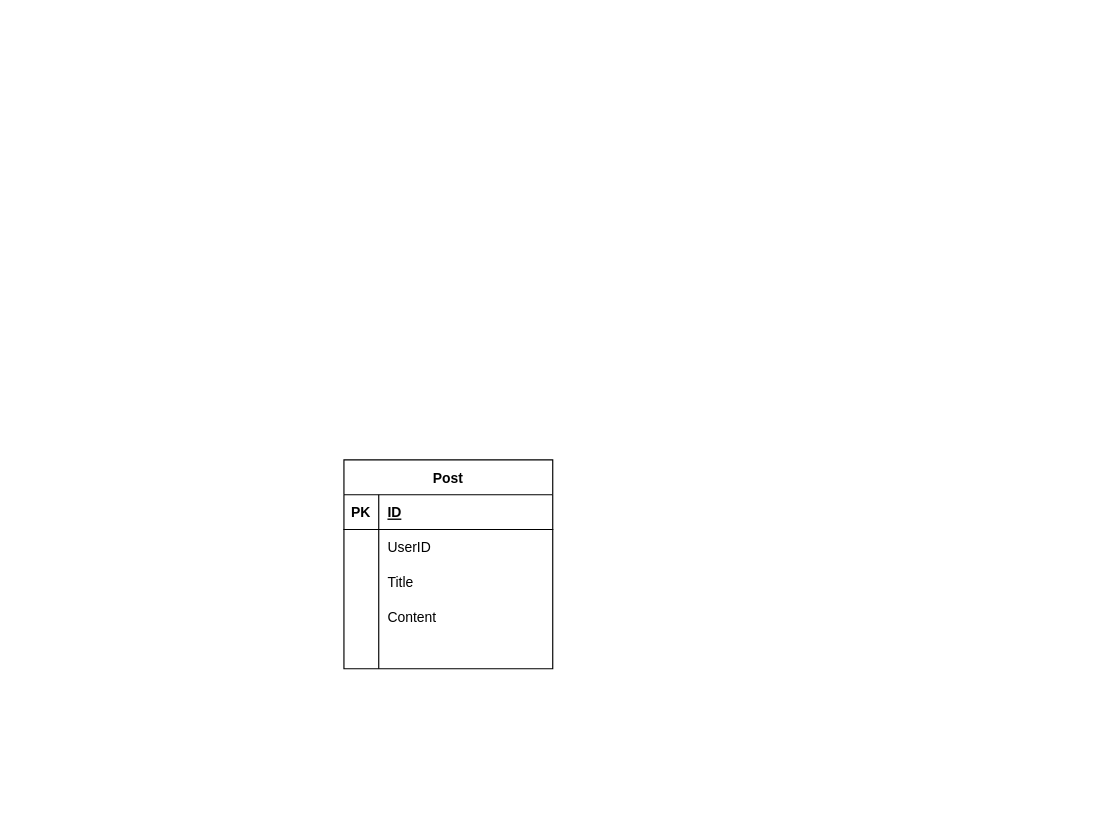
Before: Диаграмма без названия.drawio in Dulatbay/exNasaApp, a draw.io diagram. Source tidied: cells renumbered, new cells numbered last; positions are measured from the earlier drawing's top-left corner, leaving out a move shared by most shapes. Both pictures are drawn from the tidied source at 116%, with x=0, y=0 at pixel (343, 459).
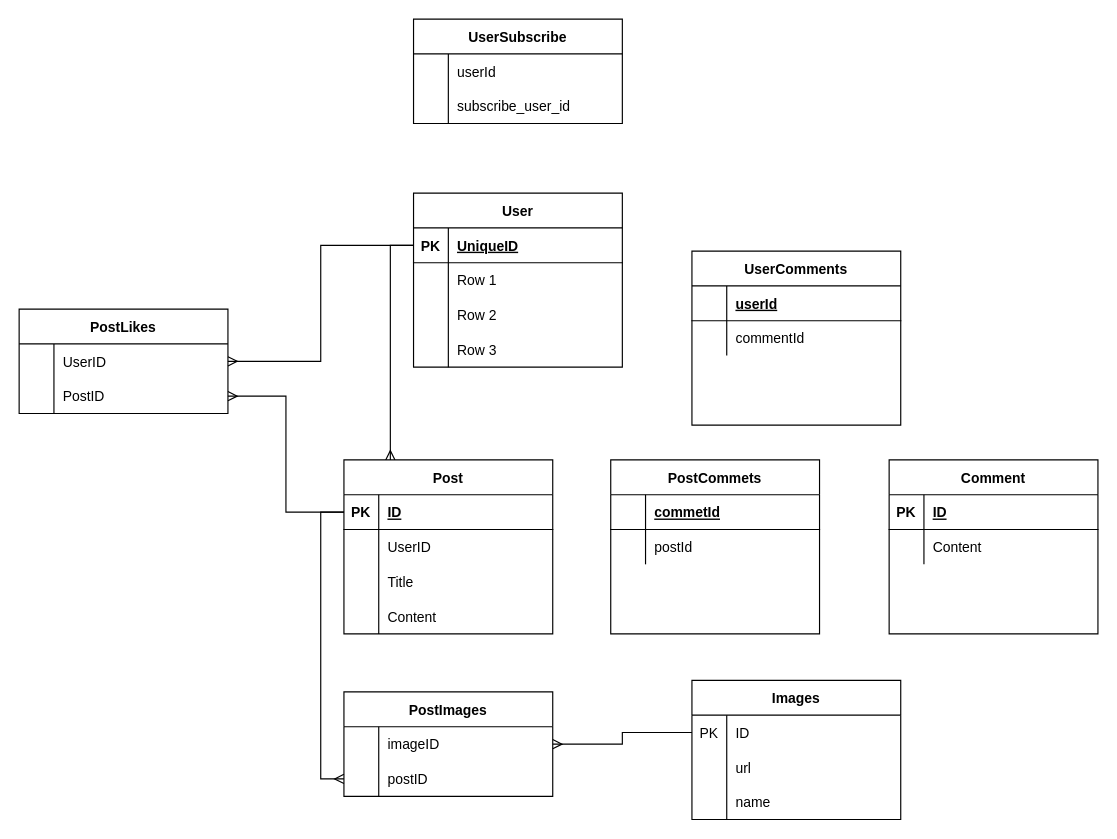
The same page after the edit.

The change refers to these unchanged cells:
```xml
<mxCell id="3" style="shape=tableRow;horizontal=0;startSize=0;swimlaneHead=0;swimlaneBody=0;fillColor=none;points=[[0,0.5],[1,0.5]];portConstraint=eastwest;top=0;left=0;right=0;bottom=1;" parent="2" vertex="1">
  <mxGeometry y="30" width="180" height="30" as="geometry" />
</mxCell>
```

Change to the diagram source:
```diff
@@
+    <mxCell id="18" style="edgeStyle=orthogonalEdgeStyle;rounded=0;jettySize=auto;html=1;entryX=0;entryY=0.5;entryDx=0;entryDy=0;startArrow=ERmany;startFill=0;endArrow=none;endFill=0;" parent="1" edge="1" source="2" target="61">
+      <mxGeometry relative="1" as="geometry">
+        <Array as="points">
+          <mxPoint x="40" y="-185" />
+        </Array>
+      </mxGeometry>
+    </mxCell>
     <mxCell id="2" value="Post" style="shape=table;startSize=30;childLayout=tableLayout;rowLines=0;fontStyle=1;align=center;" parent="1" vertex="1">
-      <mxGeometry width="180" height="180" as="geometry" />
+      <mxGeometry width="180" height="150" as="geometry" />
     </mxCell>
@@
-    <mxCell id="15" style="shape=tableRow;horizontal=0;startSize=0;swimlaneHead=0;swimlaneBody=0;fillColor=none;top=0;left=0;right=0;bottom=0;" parent="2" vertex="1">
-      <mxGeometry y="150" width="180" height="30" as="geometry" />
-    </mxCell>
-    <mxCell id="16" style="shape=partialRectangle;fillColor=none;top=0;left=0;bottom=0;right=0;overflow=hidden;" parent="15" vertex="1">
-      <mxGeometry width="30" height="30" as="geometry" />
-    </mxCell>
-    <mxCell id="17" style="shape=partialRectangle;fillColor=none;top=0;left=0;bottom=0;right=0;align=left;spacingLeft=6;overflow=hidden;" parent="15" vertex="1">
-      <mxGeometry x="30" width="150" height="30" as="geometry" />
-    </mxCell>
+    <mxCell id="19" value="Comment" style="shape=table;startSize=30;childLayout=tableLayout;rowLines=0;fontStyle=1;align=center;" parent="1" vertex="1">
+      <mxGeometry x="470" width="180" height="150" as="geometry" />
+    </mxCell>
+    <mxCell id="20" style="shape=tableRow;horizontal=0;startSize=0;swimlaneHead=0;swimlaneBody=0;fillColor=none;top=0;left=0;right=0;bottom=1;" parent="19" vertex="1">
+      <mxGeometry y="30" width="180" height="30" as="geometry" />
+    </mxCell>
+    <mxCell id="21" value="PK" style="shape=partialRectangle;fillColor=none;top=0;left=0;bottom=0;right=0;fontStyle=1;overflow=hidden;" parent="20" vertex="1">
+      <mxGeometry width="30" height="30" as="geometry" />
+    </mxCell>
+    <mxCell id="22" value="ID" style="shape=partialRectangle;fillColor=none;top=0;left=0;bottom=0;right=0;align=left;spacingLeft=6;fontStyle=5;overflow=hidden;" parent="20" vertex="1">
+      <mxGeometry x="30" width="150" height="30" as="geometry" />
+    </mxCell>
+    <mxCell id="23" style="shape=tableRow;horizontal=0;startSize=0;swimlaneHead=0;swimlaneBody=0;fillColor=none;top=0;left=0;right=0;bottom=0;" parent="19" vertex="1">
+      <mxGeometry y="60" width="180" height="30" as="geometry" />
+    </mxCell>
+    <mxCell id="24" style="shape=partialRectangle;fillColor=none;top=0;left=0;bottom=0;right=0;overflow=hidden;" parent="23" vertex="1">
+      <mxGeometry width="30" height="30" as="geometry" />
+    </mxCell>
+    <mxCell id="25" value="Content" style="shape=partialRectangle;fillColor=none;top=0;left=0;bottom=0;right=0;align=left;spacingLeft=6;overflow=hidden;" parent="23" vertex="1">
+      <mxGeometry x="30" width="150" height="30" as="geometry" />
+    </mxCell>
+    <mxCell id="26" style="edgeStyle=orthogonalEdgeStyle;rounded=0;jettySize=auto;html=1;startArrow=ERmany;startFill=0;endArrow=none;endFill=0;" parent="1" edge="1" source="27" target="49">
+      <mxGeometry relative="1" as="geometry" />
+    </mxCell>
+    <mxCell id="27" value="PostImages" style="shape=table;startSize=30;childLayout=tableLayout;rowLines=0;fontStyle=1;align=center;" parent="1" vertex="1">
+      <mxGeometry y="200" width="180" height="90" as="geometry" />
+    </mxCell>
+    <mxCell id="28" style="shape=tableRow;horizontal=0;startSize=0;swimlaneHead=0;swimlaneBody=0;fillColor=none;top=0;left=0;right=0;bottom=0;" parent="27" vertex="1">
+      <mxGeometry y="30" width="180" height="30" as="geometry" />
+    </mxCell>
+    <mxCell id="29" style="shape=partialRectangle;fillColor=none;top=0;left=0;bottom=0;right=0;overflow=hidden;" parent="28" vertex="1">
+      <mxGeometry width="30" height="30" as="geometry" />
+    </mxCell>
+    <mxCell id="30" value="imageID" style="shape=partialRectangle;fillColor=none;top=0;left=0;bottom=0;right=0;align=left;spacingLeft=6;overflow=hidden;" parent="28" vertex="1">
+      <mxGeometry x="30" width="150" height="30" as="geometry" />
+    </mxCell>
+    <mxCell id="31" style="shape=tableRow;horizontal=0;startSize=0;swimlaneHead=0;swimlaneBody=0;fillColor=none;points=[[0,0.5],[1,0.5]];portConstraint=eastwest;top=0;left=0;right=0;bottom=0;" parent="27" vertex="1">
+      <mxGeometry y="60" width="180" height="30" as="geometry" />
+    </mxCell>
+    <mxCell id="32" style="shape=partialRectangle;fillColor=none;top=0;left=0;bottom=0;right=0;overflow=hidden;" parent="31" vertex="1">
+      <mxGeometry width="30" height="30" as="geometry" />
+    </mxCell>
+    <mxCell id="33" value="postID" style="shape=partialRectangle;fillColor=none;top=0;left=0;bottom=0;right=0;align=left;spacingLeft=6;overflow=hidden;" parent="31" vertex="1">
+      <mxGeometry x="30" width="150" height="30" as="geometry" />
+    </mxCell>
+    <mxCell id="34" value="PostLikes" style="shape=table;startSize=30;childLayout=tableLayout;rowLines=0;fontStyle=1;align=center;" parent="1" vertex="1">
+      <mxGeometry x="-280" y="-130" width="180" height="90" as="geometry" />
+    </mxCell>
+    <mxCell id="35" style="shape=tableRow;horizontal=0;startSize=0;swimlaneHead=0;swimlaneBody=0;fillColor=none;points=[[0,0.5],[1,0.5]];portConstraint=eastwest;top=0;left=0;right=0;bottom=0;" parent="34" vertex="1">
+      <mxGeometry y="30" width="180" height="30" as="geometry" />
+    </mxCell>
+    <mxCell id="36" style="shape=partialRectangle;fillColor=none;top=0;left=0;bottom=0;right=0;overflow=hidden;" parent="35" vertex="1">
+      <mxGeometry width="30" height="30" as="geometry" />
+    </mxCell>
+    <mxCell id="37" value="UserID" style="shape=partialRectangle;fillColor=none;top=0;left=0;bottom=0;right=0;align=left;spacingLeft=6;overflow=hidden;" parent="35" vertex="1">
+      <mxGeometry x="30" width="150" height="30" as="geometry" />
+    </mxCell>
+    <mxCell id="38" style="shape=tableRow;horizontal=0;startSize=0;swimlaneHead=0;swimlaneBody=0;fillColor=none;points=[[0,0.5],[1,0.5]];portConstraint=eastwest;top=0;left=0;right=0;bottom=0;" parent="34" vertex="1">
+      <mxGeometry y="60" width="180" height="30" as="geometry" />
+    </mxCell>
+    <mxCell id="39" style="shape=partialRectangle;fillColor=none;top=0;left=0;bottom=0;right=0;overflow=hidden;" parent="38" vertex="1">
+      <mxGeometry width="30" height="30" as="geometry" />
+    </mxCell>
+    <mxCell id="40" value="PostID" style="shape=partialRectangle;fillColor=none;top=0;left=0;bottom=0;right=0;align=left;spacingLeft=6;overflow=hidden;" parent="38" vertex="1">
+      <mxGeometry x="30" width="150" height="30" as="geometry" />
+    </mxCell>
+    <mxCell id="41" value="UserSubscribe" style="shape=table;startSize=30;childLayout=tableLayout;rowLines=0;fontStyle=1;align=center;" parent="1" vertex="1">
+      <mxGeometry x="60" y="-380" width="180" height="90" as="geometry" />
+    </mxCell>
+    <mxCell id="42" style="shape=tableRow;horizontal=0;startSize=0;swimlaneHead=0;swimlaneBody=0;fillColor=none;top=0;left=0;right=0;bottom=0;" parent="41" vertex="1">
+      <mxGeometry y="30" width="180" height="30" as="geometry" />
+    </mxCell>
+    <mxCell id="43" style="shape=partialRectangle;fillColor=none;top=0;left=0;bottom=0;right=0;overflow=hidden;" parent="42" vertex="1">
+      <mxGeometry width="30" height="30" as="geometry" />
+    </mxCell>
+    <mxCell id="44" value="userId" style="shape=partialRectangle;fillColor=none;top=0;left=0;bottom=0;right=0;align=left;spacingLeft=6;overflow=hidden;" parent="42" vertex="1">
+      <mxGeometry x="30" width="150" height="30" as="geometry" />
+    </mxCell>
+    <mxCell id="45" style="shape=tableRow;horizontal=0;startSize=0;swimlaneHead=0;swimlaneBody=0;fillColor=none;top=0;left=0;right=0;bottom=0;" parent="41" vertex="1">
+      <mxGeometry y="60" width="180" height="30" as="geometry" />
+    </mxCell>
+    <mxCell id="46" style="shape=partialRectangle;fillColor=none;top=0;left=0;bottom=0;right=0;overflow=hidden;" parent="45" vertex="1">
+      <mxGeometry width="30" height="30" as="geometry" />
+    </mxCell>
+    <mxCell id="47" value="subscribe_user_id" style="shape=partialRectangle;fillColor=none;top=0;left=0;bottom=0;right=0;align=left;spacingLeft=6;overflow=hidden;" parent="45" vertex="1">
+      <mxGeometry x="30" width="150" height="30" as="geometry" />
+    </mxCell>
+    <mxCell id="48" value="Images" style="shape=table;startSize=30;childLayout=tableLayout;rowLines=0;fontStyle=1;align=center;" parent="1" vertex="1">
+      <mxGeometry x="300" y="190" width="180" height="120" as="geometry" />
+    </mxCell>
+    <mxCell id="49" style="shape=tableRow;horizontal=0;startSize=0;swimlaneHead=0;swimlaneBody=0;fillColor=none;points=[[0,0.5],[1,0.5]];portConstraint=eastwest;top=0;left=0;right=0;bottom=0;" parent="48" vertex="1">
+      <mxGeometry y="30" width="180" height="30" as="geometry" />
+    </mxCell>
+    <mxCell id="50" value="PK" style="shape=partialRectangle;fillColor=none;top=0;left=0;bottom=0;right=0;overflow=hidden;" parent="49" vertex="1">
+      <mxGeometry width="30" height="30" as="geometry" />
+    </mxCell>
+    <mxCell id="51" value="ID" style="shape=partialRectangle;fillColor=none;top=0;left=0;bottom=0;right=0;align=left;spacingLeft=6;overflow=hidden;" parent="49" vertex="1">
+      <mxGeometry x="30" width="150" height="30" as="geometry" />
+    </mxCell>
+    <mxCell id="52" style="shape=tableRow;horizontal=0;startSize=0;swimlaneHead=0;swimlaneBody=0;fillColor=none;top=0;left=0;right=0;bottom=0;" parent="48" vertex="1">
+      <mxGeometry y="60" width="180" height="30" as="geometry" />
+    </mxCell>
+    <mxCell id="53" style="shape=partialRectangle;fillColor=none;top=0;left=0;bottom=0;right=0;overflow=hidden;" parent="52" vertex="1">
+      <mxGeometry width="30" height="30" as="geometry" />
+    </mxCell>
+    <mxCell id="54" value="url" style="shape=partialRectangle;fillColor=none;top=0;left=0;bottom=0;right=0;align=left;spacingLeft=6;overflow=hidden;" parent="52" vertex="1">
+      <mxGeometry x="30" width="150" height="30" as="geometry" />
+    </mxCell>
+    <mxCell id="55" style="shape=tableRow;horizontal=0;startSize=0;swimlaneHead=0;swimlaneBody=0;fillColor=none;top=0;left=0;right=0;bottom=0;" parent="48" vertex="1">
+      <mxGeometry y="90" width="180" height="30" as="geometry" />
+    </mxCell>
+    <mxCell id="56" style="shape=partialRectangle;fillColor=none;top=0;left=0;bottom=0;right=0;overflow=hidden;" parent="55" vertex="1">
+      <mxGeometry width="30" height="30" as="geometry" />
+    </mxCell>
+    <mxCell id="57" value="name" style="shape=partialRectangle;fillColor=none;top=0;left=0;bottom=0;right=0;align=left;spacingLeft=6;overflow=hidden;" parent="55" vertex="1">
+      <mxGeometry x="30" width="150" height="30" as="geometry" />
+    </mxCell>
+    <mxCell id="58" style="edgeStyle=orthogonalEdgeStyle;rounded=0;jettySize=auto;html=1;entryX=0;entryY=0.5;entryDx=0;entryDy=0;endArrow=none;endFill=0;startArrow=ERmany;startFill=0;" parent="1" edge="1" source="31" target="3">
+      <mxGeometry relative="1" as="geometry" />
+    </mxCell>
+    <mxCell id="59" style="edgeStyle=orthogonalEdgeStyle;rounded=0;jettySize=auto;html=1;entryX=0;entryY=0.5;entryDx=0;entryDy=0;startArrow=ERmany;startFill=0;endArrow=none;endFill=0;" parent="1" edge="1" source="38" target="3">
+      <mxGeometry relative="1" as="geometry" />
+    </mxCell>
+    <mxCell id="60" value="User" style="shape=table;startSize=30;childLayout=tableLayout;rowLines=0;fontStyle=1;align=center;" parent="1" vertex="1">
+      <mxGeometry x="60" y="-230" width="180" height="150" as="geometry" />
+    </mxCell>
+    <mxCell id="61" style="shape=tableRow;horizontal=0;startSize=0;swimlaneHead=0;swimlaneBody=0;fillColor=none;points=[[0,0.5],[1,0.5]];portConstraint=eastwest;top=0;left=0;right=0;bottom=1;" parent="60" vertex="1">
+      <mxGeometry y="30" width="180" height="30" as="geometry" />
+    </mxCell>
+    <mxCell id="62" value="PK" style="shape=partialRectangle;fillColor=none;top=0;left=0;bottom=0;right=0;fontStyle=1;overflow=hidden;" parent="61" vertex="1">
+      <mxGeometry width="30" height="30" as="geometry" />
+    </mxCell>
+    <mxCell id="63" value="UniqueID" style="shape=partialRectangle;fillColor=none;top=0;left=0;bottom=0;right=0;align=left;spacingLeft=6;fontStyle=5;overflow=hidden;" parent="61" vertex="1">
+      <mxGeometry x="30" width="150" height="30" as="geometry" />
+    </mxCell>
+    <mxCell id="64" style="shape=tableRow;horizontal=0;startSize=0;swimlaneHead=0;swimlaneBody=0;fillColor=none;top=0;left=0;right=0;bottom=0;" parent="60" vertex="1">
+      <mxGeometry y="60" width="180" height="30" as="geometry" />
+    </mxCell>
+    <mxCell id="65" style="shape=partialRectangle;fillColor=none;top=0;left=0;bottom=0;right=0;overflow=hidden;" parent="64" vertex="1">
+      <mxGeometry width="30" height="30" as="geometry" />
+    </mxCell>
+    <mxCell id="66" value="Row 1" style="shape=partialRectangle;fillColor=none;top=0;left=0;bottom=0;right=0;align=left;spacingLeft=6;overflow=hidden;" parent="64" vertex="1">
+      <mxGeometry x="30" width="150" height="30" as="geometry" />
+    </mxCell>
+    <mxCell id="67" style="shape=tableRow;horizontal=0;startSize=0;swimlaneHead=0;swimlaneBody=0;fillColor=none;top=0;left=0;right=0;bottom=0;" parent="60" vertex="1">
+      <mxGeometry y="90" width="180" height="30" as="geometry" />
+    </mxCell>
+    <mxCell id="68" style="shape=partialRectangle;fillColor=none;top=0;left=0;bottom=0;right=0;overflow=hidden;" parent="67" vertex="1">
+      <mxGeometry width="30" height="30" as="geometry" />
+    </mxCell>
+    <mxCell id="69" value="Row 2" style="shape=partialRectangle;fillColor=none;top=0;left=0;bottom=0;right=0;align=left;spacingLeft=6;overflow=hidden;" parent="67" vertex="1">
+      <mxGeometry x="30" width="150" height="30" as="geometry" />
+    </mxCell>
+    <mxCell id="70" style="shape=tableRow;horizontal=0;startSize=0;swimlaneHead=0;swimlaneBody=0;fillColor=none;top=0;left=0;right=0;bottom=0;" parent="60" vertex="1">
+      <mxGeometry y="120" width="180" height="30" as="geometry" />
+    </mxCell>
+    <mxCell id="71" style="shape=partialRectangle;fillColor=none;top=0;left=0;bottom=0;right=0;overflow=hidden;" parent="70" vertex="1">
+      <mxGeometry width="30" height="30" as="geometry" />
+    </mxCell>
+    <mxCell id="72" value="Row 3" style="shape=partialRectangle;fillColor=none;top=0;left=0;bottom=0;right=0;align=left;spacingLeft=6;overflow=hidden;" parent="70" vertex="1">
+      <mxGeometry x="30" width="150" height="30" as="geometry" />
+    </mxCell>
+    <mxCell id="73" style="edgeStyle=orthogonalEdgeStyle;rounded=0;jettySize=auto;html=1;entryX=0;entryY=0.5;entryDx=0;entryDy=0;startArrow=ERmany;startFill=0;endArrow=none;endFill=0;" parent="1" edge="1" source="35" target="61">
+      <mxGeometry relative="1" as="geometry" />
+    </mxCell>
+    <mxCell id="74" value="PostCommets" style="shape=table;startSize=30;childLayout=tableLayout;rowLines=0;fontStyle=1;align=center;" parent="1" vertex="1">
+      <mxGeometry x="230" width="180" height="150" as="geometry" />
+    </mxCell>
+    <mxCell id="75" style="shape=tableRow;horizontal=0;startSize=0;swimlaneHead=0;swimlaneBody=0;fillColor=none;top=0;left=0;right=0;bottom=1;" parent="74" vertex="1">
+      <mxGeometry y="30" width="180" height="30" as="geometry" />
+    </mxCell>
+    <mxCell id="76" style="shape=partialRectangle;fillColor=none;top=0;left=0;bottom=0;right=0;fontStyle=1;overflow=hidden;" parent="75" vertex="1">
+      <mxGeometry width="30" height="30" as="geometry" />
+    </mxCell>
+    <mxCell id="77" value="commetId" style="shape=partialRectangle;fillColor=none;top=0;left=0;bottom=0;right=0;align=left;spacingLeft=6;fontStyle=5;overflow=hidden;" parent="75" vertex="1">
+      <mxGeometry x="30" width="150" height="30" as="geometry" />
+    </mxCell>
+    <mxCell id="78" style="shape=tableRow;horizontal=0;startSize=0;swimlaneHead=0;swimlaneBody=0;fillColor=none;top=0;left=0;right=0;bottom=0;" parent="74" vertex="1">
+      <mxGeometry y="60" width="180" height="30" as="geometry" />
+    </mxCell>
+    <mxCell id="79" style="shape=partialRectangle;fillColor=none;top=0;left=0;bottom=0;right=0;overflow=hidden;" parent="78" vertex="1">
+      <mxGeometry width="30" height="30" as="geometry" />
+    </mxCell>
+    <mxCell id="80" value="postId" style="shape=partialRectangle;fillColor=none;top=0;left=0;bottom=0;right=0;align=left;spacingLeft=6;overflow=hidden;" parent="78" vertex="1">
+      <mxGeometry x="30" width="150" height="30" as="geometry" />
+    </mxCell>
+    <mxCell id="81" value="UserComments" style="shape=table;startSize=30;childLayout=tableLayout;rowLines=0;fontStyle=1;align=center;" parent="1" vertex="1">
+      <mxGeometry x="300" y="-180" width="180" height="150" as="geometry" />
+    </mxCell>
+    <mxCell id="82" style="shape=tableRow;horizontal=0;startSize=0;swimlaneHead=0;swimlaneBody=0;fillColor=none;top=0;left=0;right=0;bottom=1;" parent="81" vertex="1">
+      <mxGeometry y="30" width="180" height="30" as="geometry" />
+    </mxCell>
+    <mxCell id="83" style="shape=partialRectangle;fillColor=none;top=0;left=0;bottom=0;right=0;fontStyle=1;overflow=hidden;" parent="82" vertex="1">
+      <mxGeometry width="30" height="30" as="geometry" />
+    </mxCell>
+    <mxCell id="84" value="userId" style="shape=partialRectangle;fillColor=none;top=0;left=0;bottom=0;right=0;align=left;spacingLeft=6;fontStyle=5;overflow=hidden;" parent="82" vertex="1">
+      <mxGeometry x="30" width="150" height="30" as="geometry" />
+    </mxCell>
+    <mxCell id="85" style="shape=tableRow;horizontal=0;startSize=0;swimlaneHead=0;swimlaneBody=0;fillColor=none;top=0;left=0;right=0;bottom=0;" parent="81" vertex="1">
+      <mxGeometry y="60" width="180" height="30" as="geometry" />
+    </mxCell>
+    <mxCell id="86" style="shape=partialRectangle;fillColor=none;top=0;left=0;bottom=0;right=0;overflow=hidden;" parent="85" vertex="1">
+      <mxGeometry width="30" height="30" as="geometry" />
+    </mxCell>
+    <mxCell id="87" value="commentId" style="shape=partialRectangle;fillColor=none;top=0;left=0;bottom=0;right=0;align=left;spacingLeft=6;overflow=hidden;" parent="85" vertex="1">
+      <mxGeometry x="30" width="150" height="30" as="geometry" />
+    </mxCell>
```
